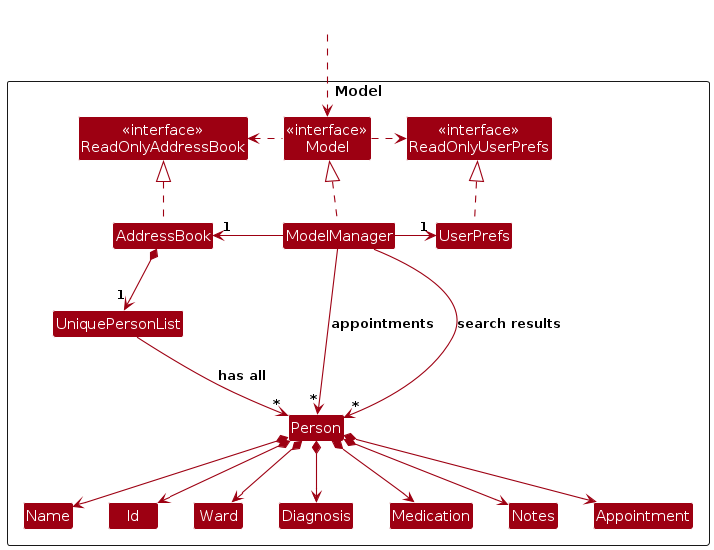
The PlantUML diagram diagrams/ModelClassDiagram.png in AY2425S1-CS2103T-T15-3/tp, before a commit. Its source is kept beside it as diagrams/ModelClassDiagram.puml. Source of this version:
```plantuml
@startuml
!include style.puml
skinparam arrowThickness 1.1
skinparam arrowColor MODEL_COLOR
skinparam classBackgroundColor MODEL_COLOR

Package Model as ModelPackage <<Rectangle>>{
Class "<<interface>>\nReadOnlyAddressBook" as ReadOnlyAddressBook
Class "<<interface>>\nReadOnlyUserPrefs" as ReadOnlyUserPrefs
Class "<<interface>>\nModel" as Model
Class AddressBook
Class ModelManager
Class UserPrefs

Class UniquePersonList
Class Person
Class Name
Class Id
Class Ward
Class Diagnosis
Class Medication
Class Notes
class Appointment

Class I #FFFFFF
}

Class HiddenOutside #FFFFFF
HiddenOutside ..> Model

AddressBook .up.|> ReadOnlyAddressBook

ModelManager .up.|> Model
Model .right.> ReadOnlyUserPrefs
Model .left.> ReadOnlyAddressBook
ModelManager -left-> "1" AddressBook
ModelManager -right-> "1" UserPrefs
UserPrefs .up.|> ReadOnlyUserPrefs

AddressBook *--> "1" UniquePersonList
UniquePersonList --> "~*" Person: has all
Person *--> Name
Person *--> Id
Person *--> Ward
Person *--> Diagnosis
Person *--> Medication
Person *--> Notes
Person *--> Appointment

I -[hidden]left-> UniquePersonList
I -[hidden]down-> Person

Name -[hidden]right-> Id
Id -[hidden]right-> Ward
Ward -[hidden]right-> Diagnosis
Diagnosis -[hidden]right-> Medication
Medication -[hidden]right-> Notes
Notes -[hidden]right-> Appointment

ModelManager --> "~*" Person: search results
ModelManager --> "~*" Person: appointments
@enduml
```
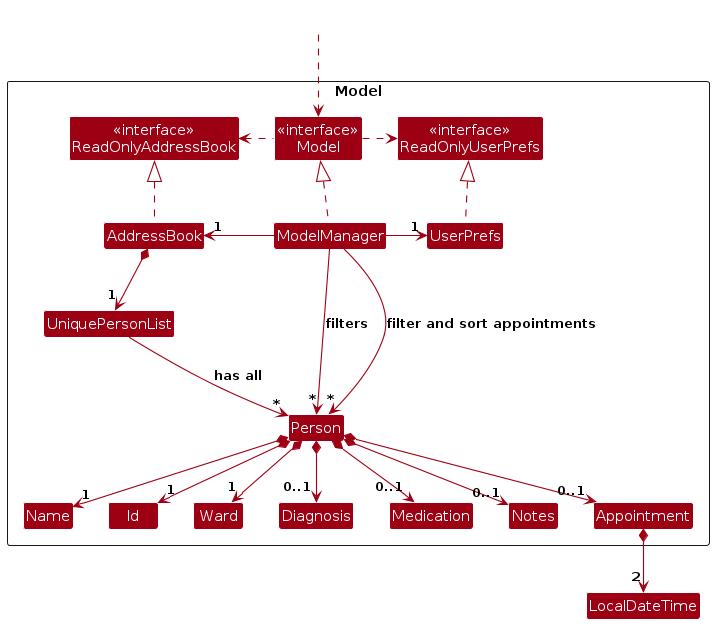
After the commit.

Diff of the diagram source:
```diff
@@ -39,13 +39,14 @@
 
 AddressBook *--> "1" UniquePersonList
 UniquePersonList --> "~*" Person: has all
-Person *--> Name
-Person *--> Id
-Person *--> Ward
-Person *--> Diagnosis
-Person *--> Medication
-Person *--> Notes
-Person *--> Appointment
+Person *--> "1" Name
+Person *--> "1" Id
+Person *--> "1" Ward
+Person *--> "0..1" Diagnosis
+Person *--> "0..1" Medication
+Person *--> "0..1" Notes
+Person *--> "0..1" Appointment
+Appointment *--> "2" LocalDateTime
 
 I -[hidden]left-> UniquePersonList
 I -[hidden]down-> Person
@@ -57,6 +58,6 @@
 Medication -[hidden]right-> Notes
 Notes -[hidden]right-> Appointment
 
-ModelManager --> "~*" Person: search results
-ModelManager --> "~*" Person: appointments
+ModelManager --> "*" Person: filter and sort appointments
+ModelManager --> "*" Person: filters
 @enduml
```
